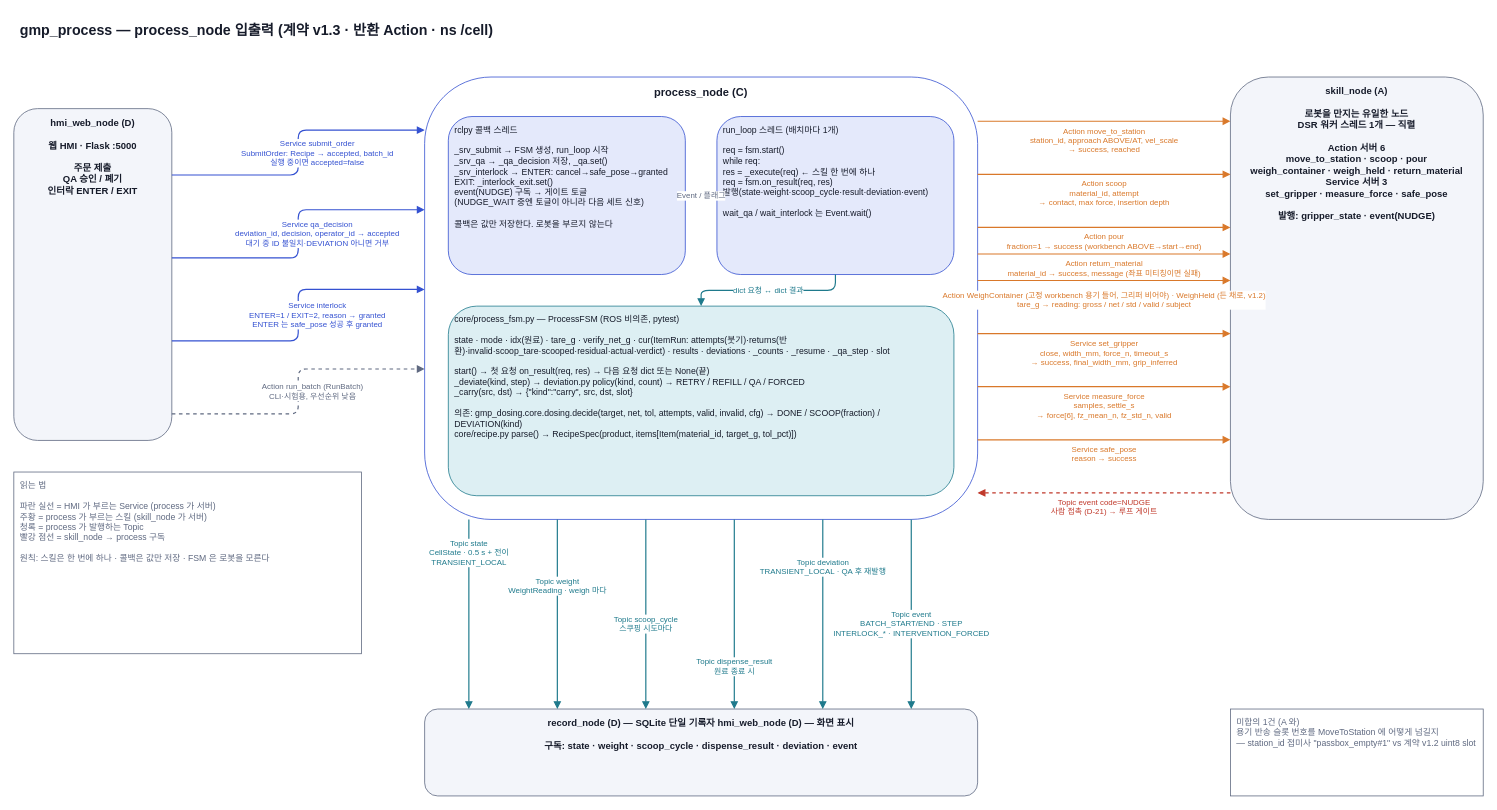
Above: page "1 노드 입출력" (1 of 4) of docs/diagrams/process_flow.drawio in Jik-Kim/auto-pharmacist (draw.io), before the change. Source tidied: cells renumbered, new cells numbered last; positions are measured from the earlier drawing's top-left corner, leaving out a move shared by most shapes. Both pictures are drawn from the tidied source at 79%, with x=0, y=0 at pixel (13, 13).
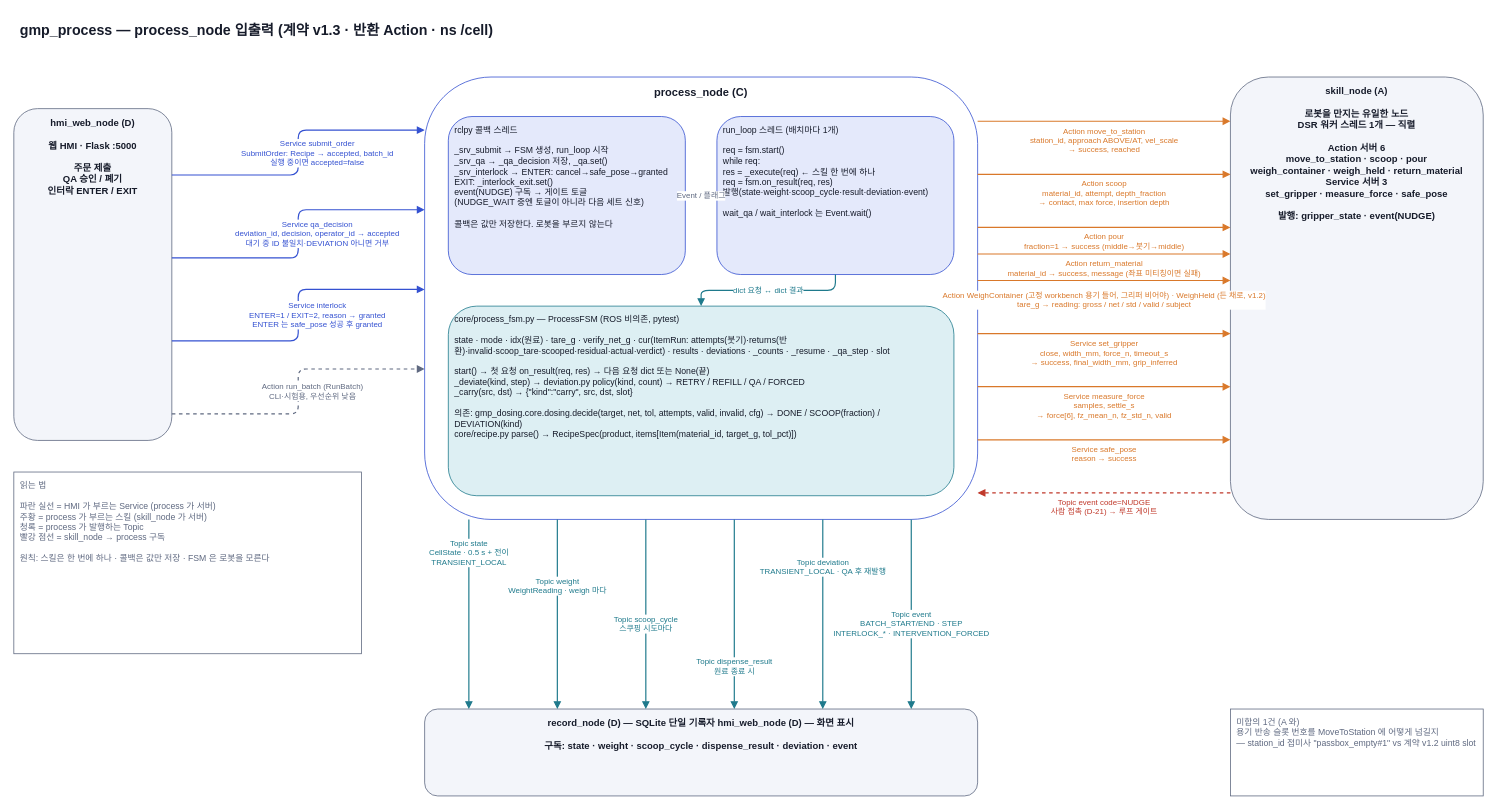
The same diagram, later.

The change refers to these unchanged cells:
```xml
<mxCell id="4" value="process_node (C)" style="rounded=1;whiteSpace=wrap;html=1;fillColor=#FFFFFF;strokeColor=#3451D1;fontColor=#161B2A;fontSize=14;align=center;verticalAlign=top;spacingTop=4;spacingLeft=6;spacingRight=6;fontStyle=1;" parent="1" vertex="1">
  <mxGeometry x="520" y="80" width="700" height="560" as="geometry" />
</mxCell>
<mxCell id="10" value="skill_node (A)&lt;br&gt;&lt;br&gt;로봇을 만지는 유일한 노드&lt;br&gt;DSR 워커 스레드 1개 — 직렬&lt;br&gt;&lt;br&gt;Action 서버 6&lt;br&gt;  move_to_station · scoop · pour&lt;br&gt;  weigh_container · weigh_held · return_material&lt;br&gt;Service 서버 3&lt;br&gt;  set_gripper · measure_force · safe_pose&lt;br&gt;&lt;br&gt;발행: gripper_state · event(NUDGE)" style="rounded=1;whiteSpace=wrap;html=1;fillColor=#F3F5FA;strokeColor=#5F6980;fontColor=#161B2A;fontSize=12;align=center;verticalAlign=top;spacingTop=4;spacingLeft=6;spacingRight=6;fontStyle=1;" parent="1" vertex="1">
  <mxGeometry x="1540" y="80" width="320" height="560" as="geometry" />
</mxCell>
```

What changed in the source:
```diff
@@
-    <mxCell id="17" value="Action scoop&lt;br&gt;material_id, attempt&lt;br&gt;→ contact, max force, insertion depth" style="edgeStyle=orthogonalEdgeStyle;rounded=1;html=1;endArrow=block;endFill=1;strokeColor=#D9782A;strokeWidth=1.5;fontColor=#D9782A;fontSize=10;labelBackgroundColor=#FFFFFF;exitX=1;exitY=0.22;exitDx=0;exitDy=0;entryX=0;entryY=0.22;entryDx=0;entryDy=0;" parent="1" edge="1" source="4" target="10">
+    <mxCell id="17" value="Action scoop&lt;br&gt;material_id, attempt, depth_fraction&lt;br&gt;→ contact, max force, insertion depth" style="edgeStyle=orthogonalEdgeStyle;rounded=1;html=1;endArrow=block;endFill=1;strokeColor=#D9782A;strokeWidth=1.5;fontColor=#D9782A;fontSize=10;labelBackgroundColor=#FFFFFF;exitX=1;exitY=0.22;exitDx=0;exitDy=0;entryX=0;entryY=0.22;entryDx=0;entryDy=0;" parent="1" edge="1" source="4" target="10">
       <mxGeometry y="-24" relative="1" as="geometry" />
     </mxCell>
-    <mxCell id="18" value="Action pour&lt;br&gt;fraction=1 → success (workbench ABOVE→start→end)" style="edgeStyle=orthogonalEdgeStyle;rounded=1;html=1;endArrow=block;endFill=1;strokeColor=#D9782A;strokeWidth=1.5;fontColor=#D9782A;fontSize=10;labelBackgroundColor=#FFFFFF;exitX=1;exitY=0.34;exitDx=0;exitDy=0;entryX=0;entryY=0.34;entryDx=0;entryDy=0;" parent="1" edge="1" source="4" target="10">
+    <mxCell id="18" value="Action pour&lt;br&gt;fraction=1 → success (middle→붓기→middle)" style="edgeStyle=orthogonalEdgeStyle;rounded=1;html=1;endArrow=block;endFill=1;strokeColor=#D9782A;strokeWidth=1.5;fontColor=#D9782A;fontSize=10;labelBackgroundColor=#FFFFFF;exitX=1;exitY=0.34;exitDx=0;exitDy=0;entryX=0;entryY=0.34;entryDx=0;entryDy=0;" parent="1" edge="1" source="4" target="10">
       <mxGeometry y="-18" relative="1" as="geometry" />
     </mxCell>
```
